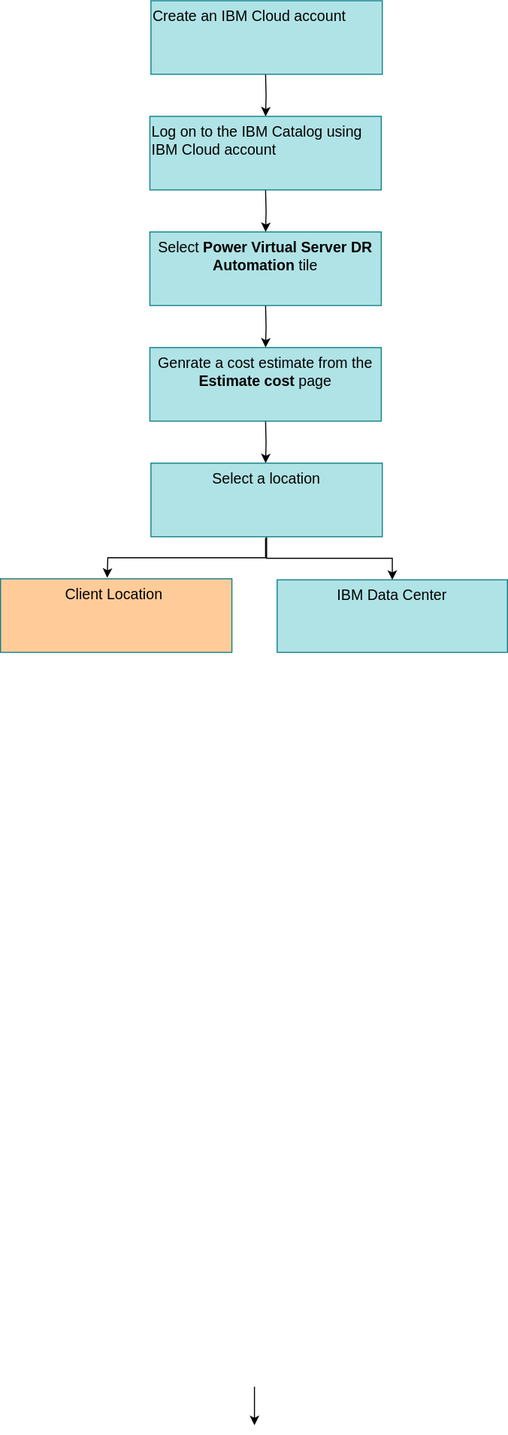
Above: images/Flow-chart-drawio.svg in ibm-cloud-docs/dr-automation-powervs (draw.io), before the change. Source tidied: cells renumbered, new cells last; positions are measured from the earlier drawing's top-left corner, leaving out a move shared by most shapes.
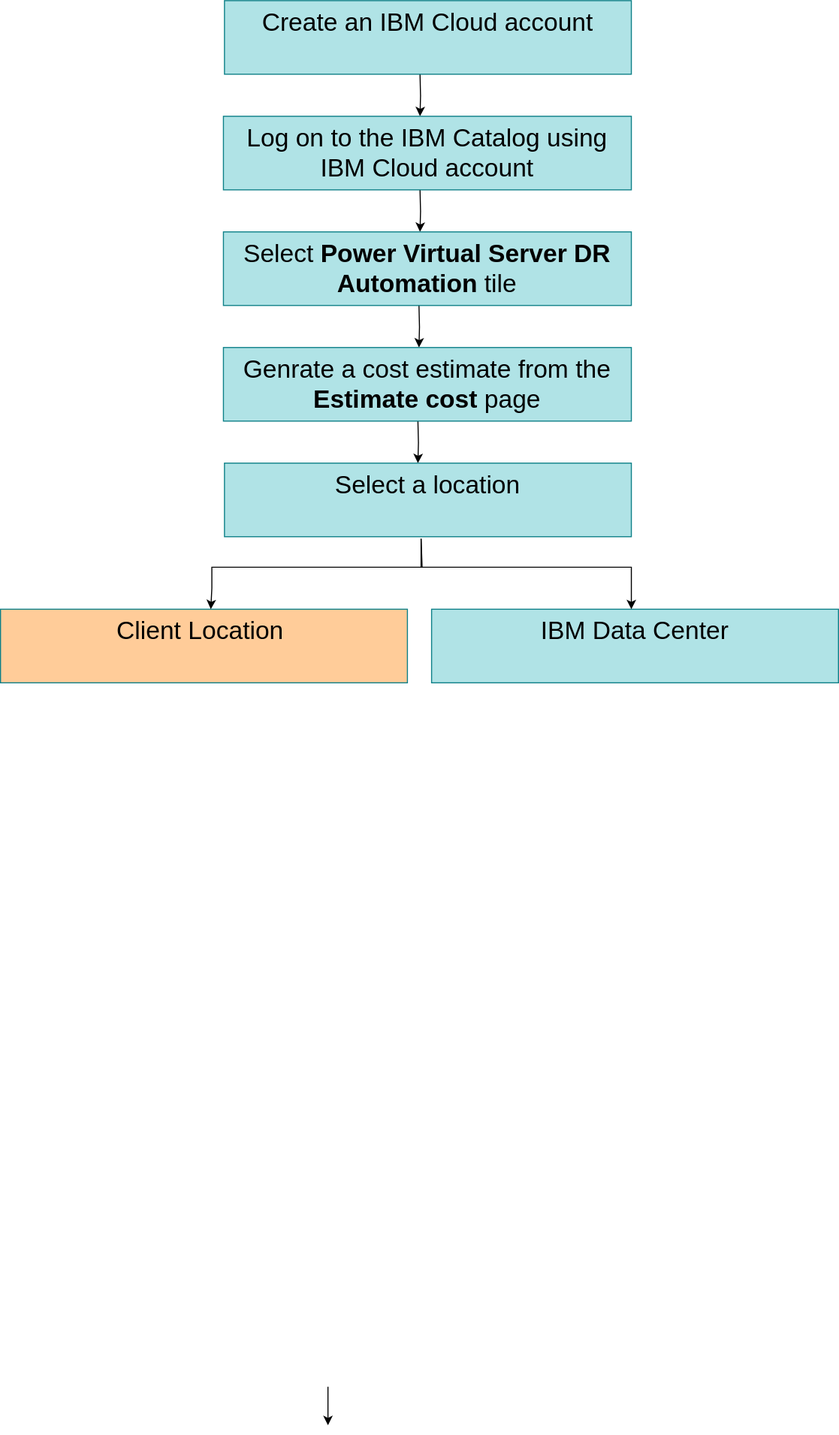
The same diagram one commit later.

What changed in the source:
```diff
@@ -4,42 +4,39 @@
     <mxCell id="1" parent="0" />
     <mxCell id="2" style="edgeStyle=orthogonalEdgeStyle;rounded=0;orthogonalLoop=1;jettySize=auto;html=1;" parent="1" edge="1">
       <mxGeometry relative="1" as="geometry">
-        <mxPoint x="252" y="70" as="sourcePoint" />
-        <mxPoint x="252" y="110" as="targetPoint" />
+        <mxPoint x="329" y="70" as="sourcePoint" />
+        <mxPoint x="329" y="110" as="targetPoint" />
       </mxGeometry>
     </mxCell>
     <mxCell id="3" style="edgeStyle=orthogonalEdgeStyle;rounded=0;orthogonalLoop=1;jettySize=auto;html=1;" parent="1" edge="1">
       <mxGeometry relative="1" as="geometry">
-        <mxPoint x="252" y="180" as="sourcePoint" />
-        <mxPoint x="252" y="220" as="targetPoint" />
+        <mxPoint x="329" y="180" as="sourcePoint" />
+        <mxPoint x="329" y="220" as="targetPoint" />
       </mxGeometry>
     </mxCell>
     <mxCell id="4" style="edgeStyle=orthogonalEdgeStyle;rounded=0;orthogonalLoop=1;jettySize=auto;html=1;" parent="1" edge="1">
       <mxGeometry relative="1" as="geometry">
-        <mxPoint x="252" y="290" as="sourcePoint" />
-        <mxPoint x="252" y="330" as="targetPoint" />
+        <mxPoint x="328" y="290" as="sourcePoint" />
+        <mxPoint x="328" y="330" as="targetPoint" />
       </mxGeometry>
     </mxCell>
     <mxCell id="5" style="edgeStyle=orthogonalEdgeStyle;rounded=0;orthogonalLoop=1;jettySize=auto;html=1;" parent="1" edge="1">
       <mxGeometry relative="1" as="geometry">
-        <mxPoint x="252" y="400" as="sourcePoint" />
-        <mxPoint x="252" y="440" as="targetPoint" />
+        <mxPoint x="327" y="400" as="sourcePoint" />
+        <mxPoint x="327" y="440" as="targetPoint" />
       </mxGeometry>
     </mxCell>
-    <mxCell id="6" value="&lt;span style=&quot;font-size: 14px;&quot;&gt;Log on to the IBM Catalog using IBM Cloud account&lt;/span&gt;" style="text;html=1;whiteSpace=wrap;overflow=hidden;rounded=0;fillColor=#b0e3e6;strokeColor=#0e8088;" parent="1" vertex="1">
-      <mxGeometry x="142" y="110" width="220" height="70" as="geometry" />
+    <mxCell id="6" value="&lt;font style=&quot;font-size: 24px;&quot;&gt;Log on to the IBM Catalog using IBM Cloud account&lt;/font&gt;" style="text;html=1;whiteSpace=wrap;overflow=hidden;rounded=0;fillColor=#b0e3e6;strokeColor=#0e8088;align=center;" parent="1" vertex="1">
+      <mxGeometry x="142" y="110" width="388" height="70" as="geometry" />
     </mxCell>
-    <mxCell id="7" value="&lt;span style=&quot;font-size: 14px;&quot;&gt;Select &lt;b&gt;Power Virtual Server DR Automation&lt;/b&gt;&amp;nbsp;tile&lt;/span&gt;" style="text;html=1;whiteSpace=wrap;overflow=hidden;rounded=0;fillColor=#b0e3e6;strokeColor=#0e8088;align=center;" parent="1" vertex="1">
-      <mxGeometry x="142" y="220" width="220" height="70" as="geometry" />
+    <mxCell id="7" value="&lt;font style=&quot;font-size: 24px;&quot;&gt;Select &lt;b style=&quot;&quot;&gt;Power Virtual Server DR Automation&lt;/b&gt;&amp;nbsp;tile&lt;/font&gt;" style="text;html=1;whiteSpace=wrap;overflow=hidden;rounded=0;fillColor=#b0e3e6;strokeColor=#0e8088;align=center;" parent="1" vertex="1">
+      <mxGeometry x="142" y="220" width="388" height="70" as="geometry" />
     </mxCell>
-    <mxCell id="8" style="edgeStyle=orthogonalEdgeStyle;rounded=0;jettySize=auto;html=1;" parent="1" edge="1" source="9" target="14">
-      <mxGeometry relative="1" as="geometry" />
-    </mxCell>
-    <mxCell id="9" value="&lt;span style=&quot;font-size: 14px;&quot;&gt;Select a location&lt;/span&gt;" style="text;html=1;whiteSpace=wrap;overflow=hidden;rounded=0;fillColor=#b0e3e6;strokeColor=#0e8088;align=center;" parent="1" vertex="1">
-      <mxGeometry x="143" y="440" width="220" height="70" as="geometry" />
+    <mxCell id="9" value="&lt;font style=&quot;font-size: 24px;&quot;&gt;Select a location&lt;/font&gt;" style="text;html=1;whiteSpace=wrap;overflow=hidden;rounded=0;fillColor=#b0e3e6;strokeColor=#0e8088;align=center;" parent="1" vertex="1">
+      <mxGeometry x="143" y="440" width="387" height="70" as="geometry" />
     </mxCell>
-    <mxCell id="10" value="&lt;span style=&quot;font-size: 14px;&quot;&gt;Create an IBM Cloud account&lt;/span&gt;" style="text;html=1;whiteSpace=wrap;overflow=hidden;rounded=0;fillColor=#b0e3e6;strokeColor=#0e8088;" parent="1" vertex="1">
-      <mxGeometry x="143" width="220" height="70" as="geometry" />
+    <mxCell id="10" value="&lt;font style=&quot;font-size: 24px;&quot;&gt;Create an IBM Cloud account&lt;/font&gt;" style="text;html=1;whiteSpace=wrap;overflow=hidden;rounded=0;fillColor=#b0e3e6;strokeColor=#0e8088;align=center;" parent="1" vertex="1">
+      <mxGeometry x="143" width="387" height="70" as="geometry" />
     </mxCell>
     <mxCell id="11" style="endArrow=classic;html=1;rounded=0;exitX=0.452;exitY=1.01;exitDx=0;exitDy=0;exitPerimeter=0;entryX=0.452;entryY=-0.038;entryDx=0;entryDy=0;entryPerimeter=0;" parent="1" edge="1">
       <mxGeometry relative="1" as="geometry">
@@ -47,23 +44,35 @@
         <mxPoint x="241.4" y="1355.3" as="targetPoint" />
       </mxGeometry>
     </mxCell>
-    <mxCell id="12" value="&lt;span style=&quot;font-size: 14px;&quot;&gt;Genrate a cost estimate from the &lt;b&gt;Estimate cost&lt;/b&gt; page&lt;/span&gt;" style="text;html=1;whiteSpace=wrap;overflow=hidden;rounded=0;fillColor=#b0e3e6;strokeColor=#0e8088;align=center;" parent="1" vertex="1">
-      <mxGeometry x="142" y="330" width="220" height="70" as="geometry" />
+    <mxCell id="12" value="&lt;font style=&quot;font-size: 24px;&quot;&gt;Genrate a cost estimate from the &lt;b style=&quot;&quot;&gt;Estimate cost&lt;/b&gt; page&lt;/font&gt;" style="text;html=1;whiteSpace=wrap;overflow=hidden;rounded=0;fillColor=#b0e3e6;strokeColor=#0e8088;align=center;" parent="1" vertex="1">
+      <mxGeometry x="142" y="330" width="388" height="70" as="geometry" />
     </mxCell>
+    <mxCell id="14" value="&lt;font style=&quot;font-size: 24px;&quot;&gt;IBM Data Center&lt;/font&gt;" style="text;html=1;whiteSpace=wrap;overflow=hidden;rounded=0;fillColor=#b0e3e6;strokeColor=#0e8088;align=center;" parent="1" vertex="1">
+      <mxGeometry x="340" y="579" width="387" height="70" as="geometry" />
+    </mxCell>
-    <mxCell id="13" value="&lt;span style=&quot;font-size: 14px;&quot;&gt;Client Location&amp;nbsp;&lt;/span&gt;" style="text;html=1;whiteSpace=wrap;overflow=hidden;rounded=0;fillColor=#FFCC99;strokeColor=#0e8088;align=center;" parent="1" vertex="1">
-      <mxGeometry y="550" width="220" height="70" as="geometry" />
+    <mxCell id="13" value="&lt;font style=&quot;font-size: 24px;&quot;&gt;Client Location&amp;nbsp;&lt;/font&gt;" style="text;html=1;whiteSpace=wrap;overflow=hidden;rounded=0;fillColor=#FFCC99;strokeColor=#0e8088;align=center;" parent="1" vertex="1">
+      <mxGeometry x="-70" y="579" width="387" height="70" as="geometry" />
     </mxCell>
-    <mxCell id="14" value="&lt;span style=&quot;font-size: 14px;&quot;&gt;IBM Data Center&lt;/span&gt;" style="text;html=1;whiteSpace=wrap;overflow=hidden;rounded=0;fillColor=#b0e3e6;strokeColor=#0e8088;align=center;" parent="1" vertex="1">
-      <mxGeometry x="263" y="551" width="219" height="69" as="geometry" />
-    </mxCell>
-    <mxCell id="15" style="endArrow=classic;html=1;rounded=0;exitX=0.5;exitY=1;exitDx=0;exitDy=0;entryX=0.461;entryY=-0.014;entryDx=0;entryDy=0;entryPerimeter=0;" parent="1" edge="1" target="13">
-      <mxGeometry relative="1" as="geometry">
-        <mxPoint x="252" y="511" as="sourcePoint" />
-        <Array as="points">
-          <mxPoint x="252" y="530" />
-          <mxPoint x="102" y="530" />
-        </Array>
-      </mxGeometry>
-    </mxCell>
+    <mxCell id="16" style="endArrow=classic;html=1;rounded=0;" parent="1" edge="1">
+      <mxGeometry relative="1" as="geometry">
+        <mxPoint x="330" y="512" as="sourcePoint" />
+        <mxPoint x="130" y="579" as="targetPoint" />
+        <Array as="points">
+          <mxPoint x="331" y="539" />
+          <mxPoint x="131" y="539" />
+          <mxPoint x="131" y="559" />
+        </Array>
+      </mxGeometry>
+    </mxCell>
+    <mxCell id="17" style="endArrow=classic;html=1;rounded=0;" parent="1" edge="1">
+      <mxGeometry relative="1" as="geometry">
+        <mxPoint x="330" y="512" as="sourcePoint" />
+        <mxPoint x="530" y="579" as="targetPoint" />
+        <Array as="points">
+          <mxPoint x="330" y="539" />
+          <mxPoint x="530" y="539" />
+        </Array>
+      </mxGeometry>
+    </mxCell>
   </root>
 </mxGraphModel>
```
